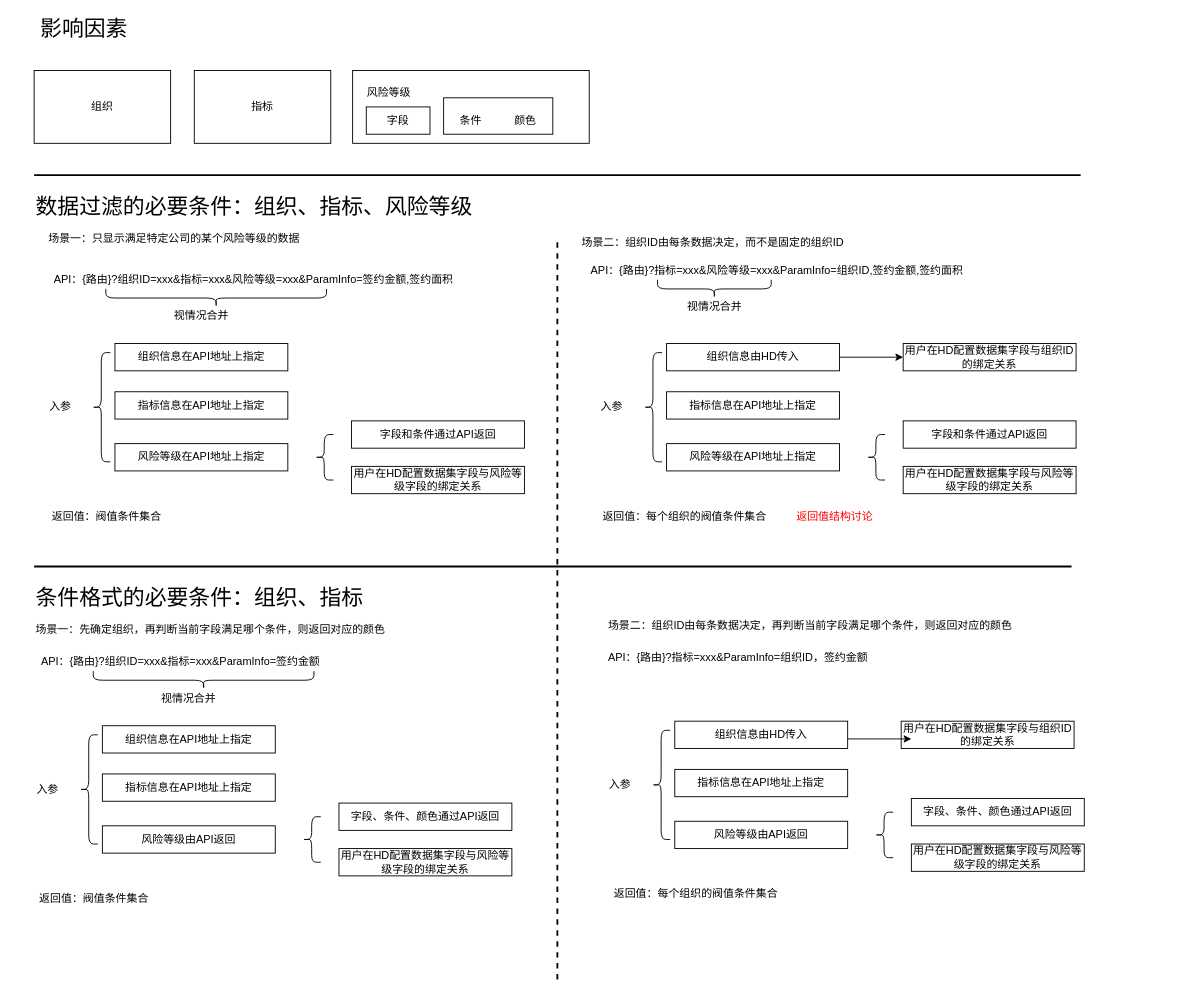
yuanzuohui/draw.io keeps this draw.io diagram as 风控中心.drawio. Above is the earlier version. Source tidied: cells renumbered, new cells numbered last; positions are measured from the earlier drawing's top-left corner, leaving out a move shared by most shapes. Both pictures are drawn from the tidied source at 91%, with x=0, y=0 at pixel (15, 15).
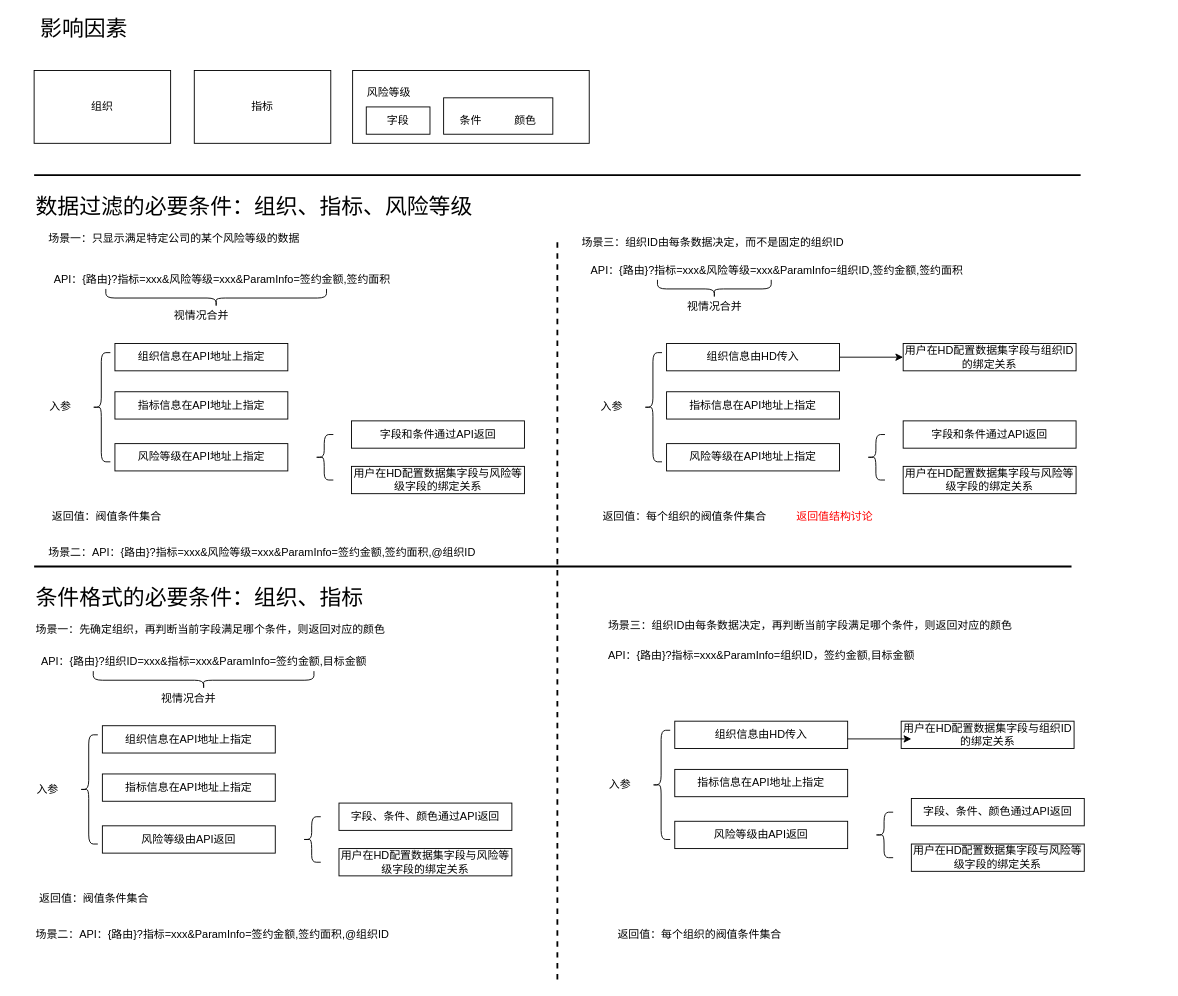
Above is the later version.

Commit message:
更新风控中心.drawio

The edit, as a diff of the source:
```diff
@@
-    <mxCell id="29" value="API：{路由}?组织ID=xxx&amp;amp;指标=xxx&amp;amp;风险等级=xxx&amp;amp;ParamInfo=签约金额,签约面积" style="text;html=1;strokeColor=none;fillColor=none;align=left;verticalAlign=middle;whiteSpace=wrap;rounded=0;fontSize=12;" parent="1" vertex="1">
+    <mxCell id="29" value="API：{路由}?指标=xxx&amp;amp;风险等级=xxx&amp;amp;ParamInfo=签约金额,签约面积" style="text;html=1;strokeColor=none;fillColor=none;align=left;verticalAlign=middle;whiteSpace=wrap;rounded=0;fontSize=12;" parent="1" vertex="1">
       <mxGeometry x="40" y="280" width="630" height="20" as="geometry" />
     </mxCell>
@@
-    <mxCell id="37" value="场景二：组织ID由每条数据决定，而不是固定的组织ID" style="text;html=1;strokeColor=none;fillColor=none;align=left;verticalAlign=middle;whiteSpace=wrap;rounded=0;fontSize=12;" parent="1" vertex="1">
+    <mxCell id="37" value="场景三：组织ID由每条数据决定，而不是固定的组织ID" style="text;html=1;strokeColor=none;fillColor=none;align=left;verticalAlign=middle;whiteSpace=wrap;rounded=0;fontSize=12;" parent="1" vertex="1">
       <mxGeometry x="620" y="239" width="420" height="20" as="geometry" />
     </mxCell>
@@
-    <mxCell id="53" value="API：{路由}?组织ID=xxx&amp;amp;指标=xxx&amp;amp;ParamInfo=签约金额" style="text;html=1;strokeColor=none;fillColor=none;align=left;verticalAlign=middle;whiteSpace=wrap;rounded=0;fontSize=12;" parent="1" vertex="1">
-      <mxGeometry x="26.2" y="700" width="323.8" height="20" as="geometry" />
+    <mxCell id="53" value="API：{路由}?组织ID=xxx&amp;amp;指标=xxx&amp;amp;ParamInfo=签约金额,目标金额" style="text;html=1;strokeColor=none;fillColor=none;align=left;verticalAlign=middle;whiteSpace=wrap;rounded=0;fontSize=12;" parent="1" vertex="1">
+      <mxGeometry x="26.2" y="700" width="363.8" height="20" as="geometry" />
     </mxCell>
@@
-    <mxCell id="57" value="场景二：组织ID由每条数据决定，再判断当前字段满足哪个条件，则返回对应的颜色" style="text;html=1;strokeColor=none;fillColor=none;align=left;verticalAlign=middle;whiteSpace=wrap;rounded=0;fontSize=12;" parent="1" vertex="1">
+    <mxCell id="57" value="场景三：组织ID由每条数据决定，再判断当前字段满足哪个条件，则返回对应的颜色" style="text;html=1;strokeColor=none;fillColor=none;align=left;verticalAlign=middle;whiteSpace=wrap;rounded=0;fontSize=12;" parent="1" vertex="1">
       <mxGeometry x="649" y="665" width="461" height="10" as="geometry" />
     </mxCell>
@@
     <mxCell id="66" value="返回值：每个组织的阀值条件集合" style="text;html=1;strokeColor=none;fillColor=none;align=center;verticalAlign=middle;whiteSpace=wrap;rounded=0;fontSize=12;" parent="1" vertex="1">
-      <mxGeometry x="645.2" y="955" width="204.8" height="20" as="geometry" />
+      <mxGeometry x="649" y="1000" width="204.8" height="20" as="geometry" />
     </mxCell>
-    <mxCell id="67" value="API：{路由}?指标=xxx&amp;amp;ParamInfo=组织ID，签约金额" style="text;html=1;strokeColor=none;fillColor=none;align=left;verticalAlign=middle;whiteSpace=wrap;rounded=0;fontSize=12;" parent="1" vertex="1">
-      <mxGeometry x="649" y="695" width="323.8" height="20" as="geometry" />
+    <mxCell id="67" value="API：{路由}?指标=xxx&amp;amp;ParamInfo=组织ID，签约金额,目标金额" style="text;html=1;strokeColor=none;fillColor=none;align=left;verticalAlign=middle;whiteSpace=wrap;rounded=0;fontSize=12;" parent="1" vertex="1">
+      <mxGeometry x="649" y="695" width="391" height="15" as="geometry" />
     </mxCell>
@@
+    <mxCell id="71" value="场景二：API：{路由}?指标=xxx&amp;amp;风险等级=xxx&amp;amp;ParamInfo=签约金额,签约面积,@组织ID" style="text;html=1;strokeColor=none;fillColor=none;align=left;verticalAlign=middle;whiteSpace=wrap;rounded=0;fontSize=12;" parent="1" vertex="1">
+      <mxGeometry x="33.8" y="580" width="630" height="20" as="geometry" />
+    </mxCell>
+    <mxCell id="72" value="场景二：API：{路由}?指标=xxx&amp;amp;ParamInfo=签约金额,签约面积,@组织ID" style="text;html=1;strokeColor=none;fillColor=none;align=left;verticalAlign=middle;whiteSpace=wrap;rounded=0;fontSize=12;" parent="1" vertex="1">
+      <mxGeometry x="20" y="1000" width="630" height="20" as="geometry" />
+    </mxCell>
```
